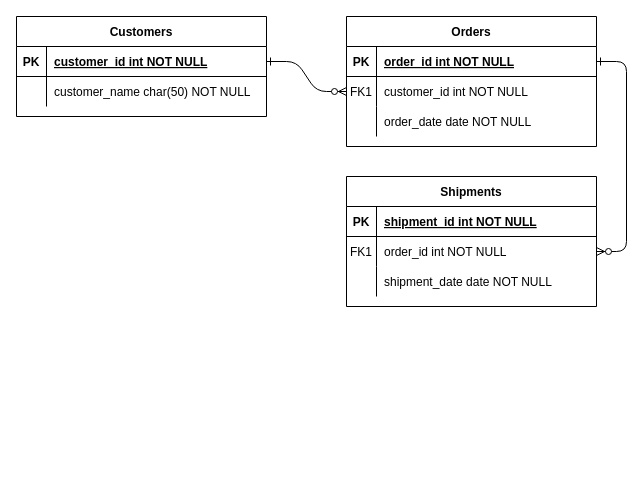
Toshiki003/Dressing-for-2-years-old-child keeps this draw.io diagram as 名称未設定ファイル.drawio. Above is the earlier version. Source tidied: cells renumbered, new cells numbered last; positions are measured from the earlier drawing's top-left corner, leaving out a move shared by most shapes. Both pictures are drawn from the tidied source at 100%, with x=0, y=0 at pixel (16, 16).
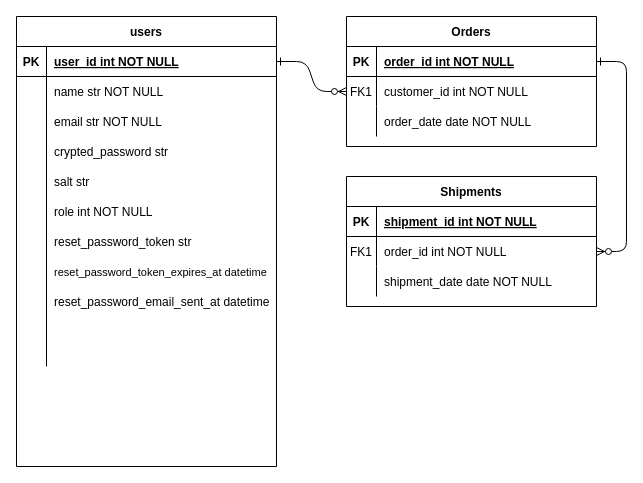
The same diagram, later.

Diff of the diagram source:
```diff
@@
-    <mxCell id="24" value="Customers" style="shape=table;startSize=30;childLayout=tableLayout;rowLines=0;fontStyle=1;align=center;" parent="1" vertex="1">
-      <mxGeometry width="250" height="100" as="geometry" />
+    <mxCell id="24" value="users" style="shape=table;startSize=30;childLayout=tableLayout;rowLines=0;fontStyle=1;align=center;" parent="1" vertex="1">
+      <mxGeometry width="260" height="450" as="geometry" />
     </mxCell>
     <mxCell id="25" style="shape=partialRectangle;fillColor=none;points=[[0,0.5],[1,0.5]];portConstraint=eastwest;top=0;left=0;right=0;bottom=1;" parent="24" vertex="1">
-      <mxGeometry y="30" width="250" height="30" as="geometry" />
+      <mxGeometry y="30" width="260" height="30" as="geometry" />
     </mxCell>
@@
-    <mxCell id="27" value="customer_id int NOT NULL " style="shape=partialRectangle;overflow=hidden;fillColor=none;top=0;left=0;bottom=0;right=0;align=left;spacingLeft=6;fontStyle=5;" parent="25" vertex="1">
-      <mxGeometry x="30" width="220" height="30" as="geometry" />
+    <mxCell id="27" value="user_id int NOT NULL " style="shape=partialRectangle;overflow=hidden;fillColor=none;top=0;left=0;bottom=0;right=0;align=left;spacingLeft=6;fontStyle=5;" parent="25" vertex="1">
+      <mxGeometry x="30" width="230" height="30" as="geometry" />
     </mxCell>
     <mxCell id="28" style="shape=partialRectangle;fillColor=none;top=0;left=0;right=0;bottom=0;" parent="24" vertex="1">
-      <mxGeometry y="60" width="250" height="30" as="geometry" />
+      <mxGeometry y="60" width="260" height="30" as="geometry" />
     </mxCell>
@@
-    <mxCell id="30" value="customer_name char(50) NOT NULL" style="shape=partialRectangle;overflow=hidden;fillColor=none;top=0;left=0;bottom=0;right=0;align=left;spacingLeft=6;" parent="28" vertex="1">
-      <mxGeometry x="30" width="220" height="30" as="geometry" />
+    <mxCell id="30" value="name str NOT NULL" style="shape=partialRectangle;overflow=hidden;fillColor=none;top=0;left=0;bottom=0;right=0;align=left;spacingLeft=6;" parent="28" vertex="1">
+      <mxGeometry x="30" width="230" height="30" as="geometry" />
     </mxCell>
+    <mxCell id="31" style="shape=partialRectangle;fillColor=none;top=0;left=0;right=0;bottom=0;" parent="1" vertex="1">
+      <mxGeometry y="90" width="250" height="30" as="geometry" />
+    </mxCell>
+    <mxCell id="32" style="shape=partialRectangle;overflow=hidden;fillColor=none;top=0;left=0;bottom=0;right=0;" parent="31" vertex="1">
+      <mxGeometry width="30" height="30" as="geometry" />
+    </mxCell>
+    <mxCell id="33" value="email str NOT NULL" style="shape=partialRectangle;overflow=hidden;fillColor=none;top=0;left=0;bottom=0;right=0;align=left;spacingLeft=6;" parent="31" vertex="1">
+      <mxGeometry x="30" width="220" height="30" as="geometry" />
+    </mxCell>
+    <mxCell id="34" style="shape=partialRectangle;fillColor=none;top=0;left=0;right=0;bottom=0;" parent="1" vertex="1">
+      <mxGeometry y="120" width="250" height="30" as="geometry" />
+    </mxCell>
+    <mxCell id="35" style="shape=partialRectangle;overflow=hidden;fillColor=none;top=0;left=0;bottom=0;right=0;" parent="34" vertex="1">
+      <mxGeometry width="30" height="30" as="geometry" />
+    </mxCell>
+    <mxCell id="36" value="crypted_password str" style="shape=partialRectangle;overflow=hidden;fillColor=none;top=0;left=0;bottom=0;right=0;align=left;spacingLeft=6;" parent="34" vertex="1">
+      <mxGeometry x="30" width="220" height="30" as="geometry" />
+    </mxCell>
+    <mxCell id="37" style="shape=partialRectangle;fillColor=none;top=0;left=0;right=0;bottom=0;" parent="1" vertex="1">
+      <mxGeometry y="150" width="250" height="30" as="geometry" />
+    </mxCell>
+    <mxCell id="38" style="shape=partialRectangle;overflow=hidden;fillColor=none;top=0;left=0;bottom=0;right=0;" parent="37" vertex="1">
+      <mxGeometry width="30" height="30" as="geometry" />
+    </mxCell>
+    <mxCell id="39" value="salt str" style="shape=partialRectangle;overflow=hidden;fillColor=none;top=0;left=0;bottom=0;right=0;align=left;spacingLeft=6;" parent="37" vertex="1">
+      <mxGeometry x="30" width="220" height="30" as="geometry" />
+    </mxCell>
+    <mxCell id="40" style="endArrow=none;html=1;rounded=0;" parent="1" edge="1">
+      <mxGeometry relative="1" as="geometry">
+        <mxPoint x="30" y="350" as="sourcePoint" />
+        <mxPoint x="30" y="80" as="targetPoint" />
+      </mxGeometry>
+    </mxCell>
+    <mxCell id="41" value="role int NOT NULL" style="shape=partialRectangle;overflow=hidden;fillColor=none;top=0;left=0;bottom=0;right=0;align=left;spacingLeft=6;" parent="1" vertex="1">
+      <mxGeometry x="30" y="180" width="220" height="30" as="geometry" />
+    </mxCell>
+    <mxCell id="42" value="reset_password_token str" style="shape=partialRectangle;overflow=hidden;fillColor=none;top=0;left=0;bottom=0;right=0;align=left;spacingLeft=6;" parent="1" vertex="1">
+      <mxGeometry x="30" y="210" width="220" height="30" as="geometry" />
+    </mxCell>
+    <mxCell id="43" value="reset_password_token_expires_at datetime" style="shape=partialRectangle;overflow=hidden;fillColor=none;top=0;left=0;bottom=0;right=0;align=left;spacingLeft=6;fontSize=11;" parent="1" vertex="1">
+      <mxGeometry x="30" y="240" width="230" height="30" as="geometry" />
+    </mxCell>
+    <mxCell id="44" value="reset_password_email_sent_at datetime" style="shape=partialRectangle;overflow=hidden;fillColor=none;top=0;left=0;bottom=0;right=0;align=left;spacingLeft=6;" parent="1" vertex="1">
+      <mxGeometry x="30" y="270" width="230" height="30" as="geometry" />
+    </mxCell>
+    <mxCell id="45" style="shape=partialRectangle;overflow=hidden;fillColor=none;top=0;left=0;bottom=0;right=0;align=left;spacingLeft=6;" parent="1" vertex="1">
+      <mxGeometry x="30" y="300" width="220" height="30" as="geometry" />
+    </mxCell>
```
